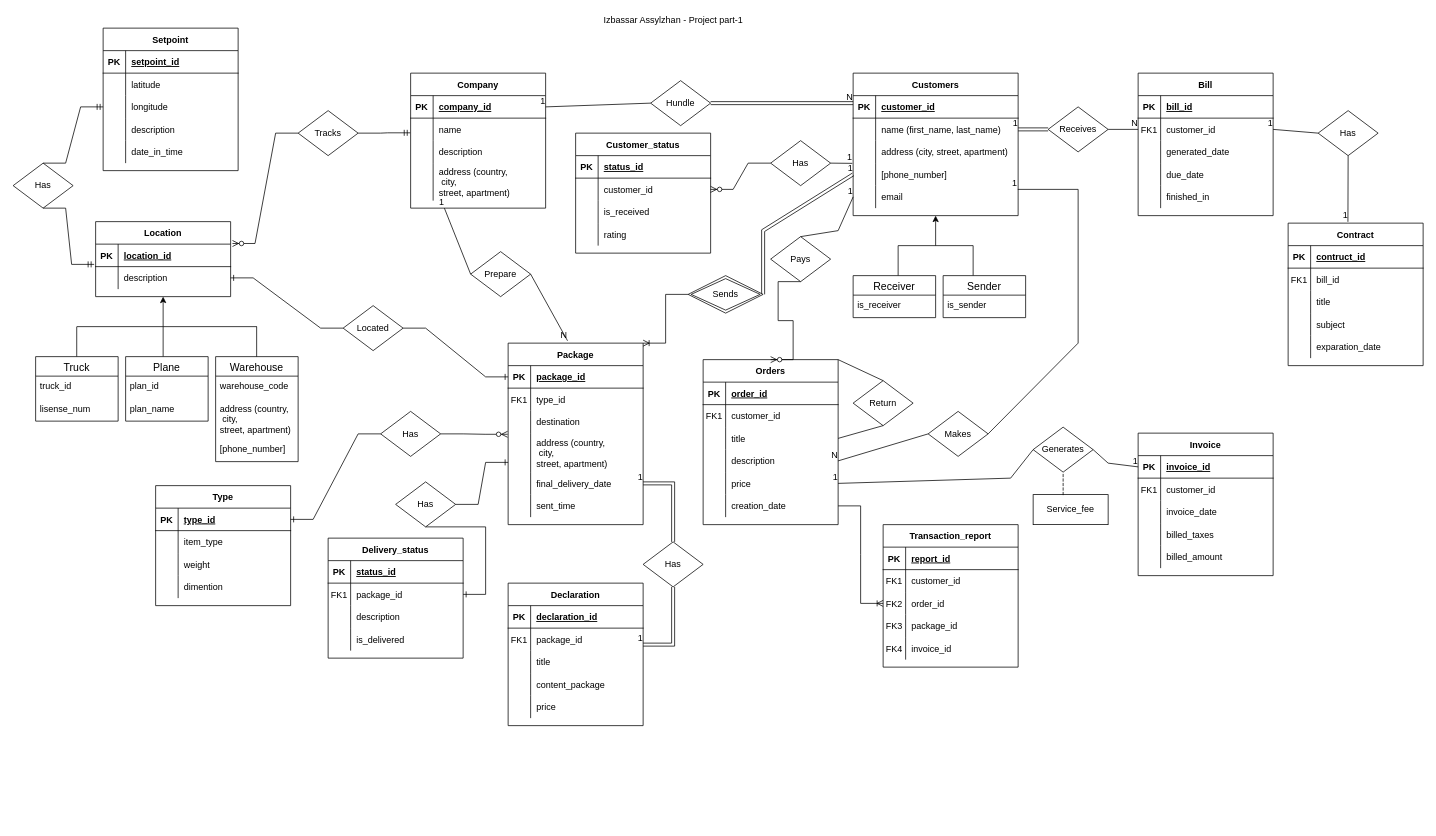
The draw.io diagram Project/project_part1.drawio in Assylzhan-Izbassar/Databases, before the edit. Source tidied: cells renumbered, new cells numbered last; positions are measured from the earlier drawing's top-left corner, leaving out a move shared by most shapes. Both pictures are drawn from the tidied source at 75%, with x=0, y=0 at pixel (13, 13).
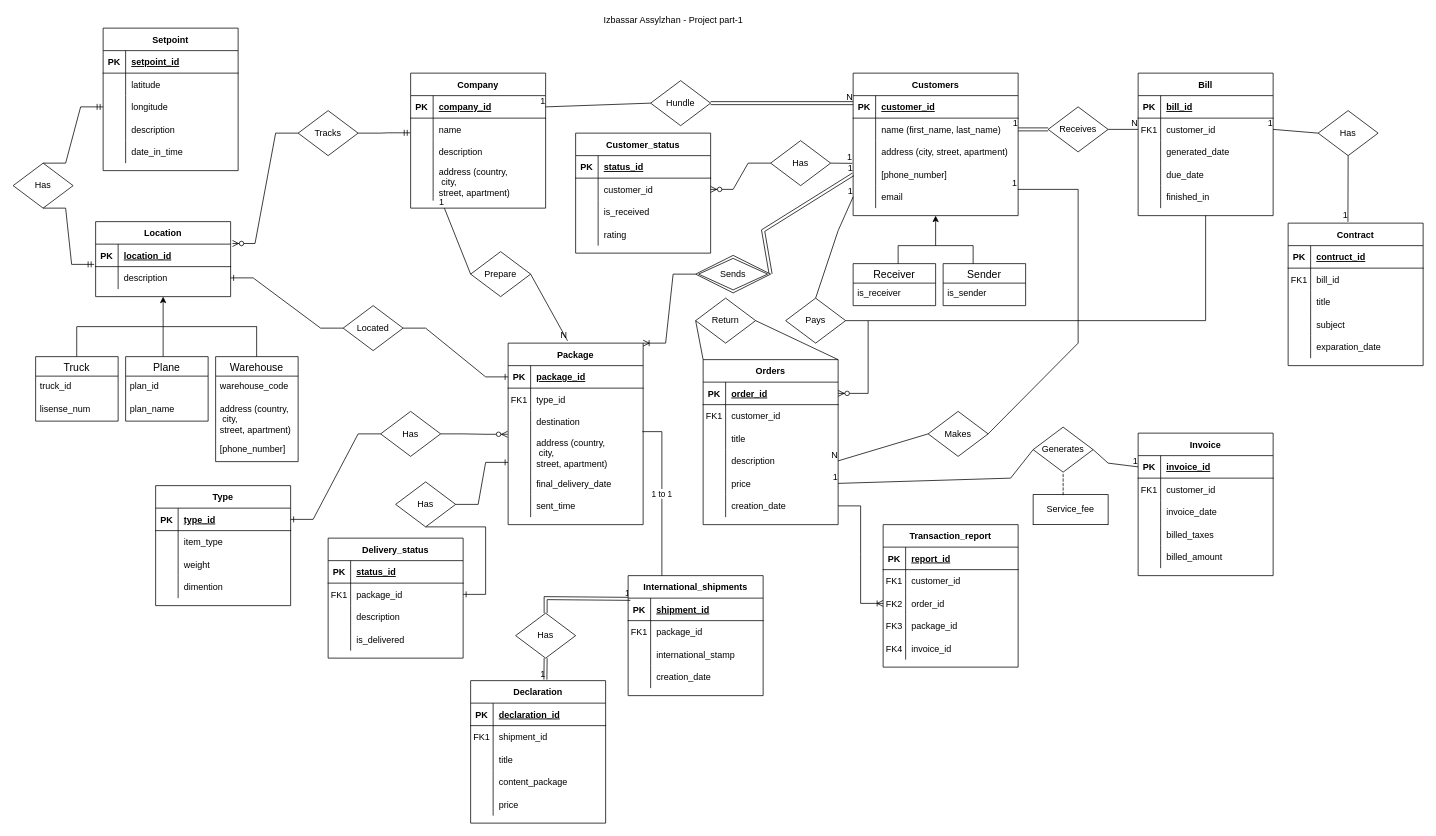
Above is the later version.

Unchanged cells that the change refers to:
```xml
<mxCell id="2" value="Orders" style="shape=table;startSize=30;childLayout=tableLayout;rowLines=0;fontStyle=1;align=center;" parent="1" vertex="1">
  <mxGeometry x="920" y="462" width="180" height="220" as="geometry" />
</mxCell>
<mxCell id="3" style="shape=partialRectangle;fillColor=none;points=[[0,0.5],[1,0.5]];portConstraint=eastwest;top=0;left=0;right=0;bottom=1;" parent="2" vertex="1">
  <mxGeometry y="30" width="180" height="30" as="geometry" />
</mxCell>
<mxCell id="9" style="shape=partialRectangle;fillColor=none;points=[[0,0.5],[1,0.5]];portConstraint=eastwest;top=0;left=0;right=0;bottom=0;" parent="2" vertex="1">
  <mxGeometry y="90" width="180" height="30" as="geometry" />
</mxCell>
<mxCell id="35" style="shape=partialRectangle;fillColor=none;points=[[0,0.5],[1,0.5]];portConstraint=eastwest;top=0;left=0;right=0;bottom=0;" parent="22" vertex="1">
  <mxGeometry y="150" width="220" height="30" as="geometry" />
</mxCell>
<mxCell id="41" value="Bill" style="shape=table;startSize=30;childLayout=tableLayout;rowLines=0;fontStyle=1;align=center;" parent="1" vertex="1">
  <mxGeometry x="1500" y="80" width="180" height="190" as="geometry" />
</mxCell>
<mxCell id="151" style="shape=partialRectangle;fillColor=none;top=0;left=0;bottom=0;right=0;points=[[0,0.5],[1,0.5]];portConstraint=eastwest;" parent="141" vertex="1">
  <mxGeometry y="120" width="180" height="52" as="geometry" />
</mxCell>
<mxCell id="154" style="shape=partialRectangle;fillColor=none;top=0;left=0;bottom=0;right=0;points=[[0,0.5],[1,0.5]];portConstraint=eastwest;" parent="141" vertex="1">
  <mxGeometry y="172" width="180" height="30" as="geometry" />
</mxCell>
<mxCell id="164" style="shape=partialRectangle;fillColor=none;top=0;left=0;bottom=0;right=0;points=[[0,0.5],[1,0.5]];portConstraint=eastwest;" parent="160" vertex="1">
  <mxGeometry y="60" width="180" height="30" as="geometry" />
</mxCell>
```

Diff of the diagram source:
```diff
@@
     <mxCell id="39" value="Pays" style="shape=rhombus;perimeter=rhombusPerimeter;whiteSpace=wrap;html=1;align=center;" parent="1" vertex="1">
-      <mxGeometry x="1010" y="298" width="80" height="60" as="geometry" />
+      <mxGeometry x="1030" y="380" width="80" height="60" as="geometry" />
     </mxCell>
@@
     <mxCell id="77" value="Receiver" style="swimlane;fontStyle=0;horizontal=1;startSize=26;align=center;fontSize=14;" parent="1" vertex="1">
-      <mxGeometry x="1120" y="350" width="110" height="56" as="geometry" />
+      <mxGeometry x="1120" y="334" width="110" height="56" as="geometry" />
     </mxCell>
@@
     <mxCell id="79" value="Sender" style="swimlane;fontStyle=0;horizontal=1;startSize=26;align=center;fontSize=14;" parent="1" vertex="1">
-      <mxGeometry x="1240" y="350" width="110" height="56" as="geometry" />
+      <mxGeometry x="1240" y="334" width="110" height="56" as="geometry" />
     </mxCell>
@@
     <mxCell id="160" value="Declaration" style="shape=table;startSize=30;childLayout=tableLayout;rowLines=0;fontStyle=1;align=center;" parent="1" vertex="1">
-      <mxGeometry x="660" y="760" width="180" height="190" as="geometry" />
+      <mxGeometry x="610" y="890" width="180" height="190" as="geometry" />
     </mxCell>
@@
-    <mxCell id="166" value="package_id" style="shape=partialRectangle;fillColor=none;top=0;left=0;bottom=0;right=0;align=left;spacingLeft=6;overflow=hidden;" parent="164" vertex="1">
+    <mxCell id="166" value="shipment_id" style="shape=partialRectangle;fillColor=none;top=0;left=0;bottom=0;right=0;align=left;spacingLeft=6;overflow=hidden;" parent="164" vertex="1">
       <mxGeometry x="30" width="150" height="30" as="geometry" />
     </mxCell>
@@
     <mxCell id="254" value="Has" style="shape=rhombus;perimeter=rhombusPerimeter;whiteSpace=wrap;html=1;align=center;rotation=0;" parent="1" vertex="1">
-      <mxGeometry x="840" y="705" width="80" height="60" as="geometry" />
+      <mxGeometry x="670" y="800" width="80" height="60" as="geometry" />
     </mxCell>
-    <mxCell id="255" style="shape=link;html=1;rounded=0;entryX=1;entryY=0.5;entryDx=0;entryDy=0;exitX=0.5;exitY=0;exitDx=0;exitDy=0;" parent="1" edge="1" source="254" target="154">
+    <mxCell id="255" style="shape=link;html=1;rounded=0;entryX=0.017;entryY=0.033;entryDx=0;entryDy=0;exitX=0.5;exitY=0;exitDx=0;exitDy=0;entryPerimeter=0;" parent="1" edge="1" source="254" target="307">
       <mxGeometry relative="1" as="geometry">
         <Array as="points">
-          <mxPoint x="880" y="627" />
+          <mxPoint x="710" y="780" />
         </Array>
       </mxGeometry>
     </mxCell>
@@
-    <mxCell id="257" style="shape=link;html=1;rounded=0;entryX=1;entryY=0.733;entryDx=0;entryDy=0;entryPerimeter=0;exitX=0.5;exitY=1;exitDx=0;exitDy=0;" parent="1" edge="1" source="254" target="164">
-      <mxGeometry relative="1" as="geometry">
-        <Array as="points">
-          <mxPoint x="880" y="842" />
-        </Array>
-      </mxGeometry>
+    <mxCell id="257" style="shape=link;html=1;rounded=0;entryX=0.554;entryY=-0.007;entryDx=0;entryDy=0;exitX=0.5;exitY=1;exitDx=0;exitDy=0;entryPerimeter=0;" parent="1" edge="1" source="254" target="160">
+      <mxGeometry relative="1" as="geometry" />
     </mxCell>
@@
     <mxCell id="266" value="Return" style="shape=rhombus;perimeter=rhombusPerimeter;whiteSpace=wrap;html=1;align=center;" parent="1" vertex="1">
-      <mxGeometry x="1120" y="490" width="80" height="60" as="geometry" />
+      <mxGeometry x="910" y="380" width="80" height="60" as="geometry" />
     </mxCell>
-    <mxCell id="267" style="endArrow=none;html=1;rounded=0;entryX=0.5;entryY=0;entryDx=0;entryDy=0;exitX=1;exitY=0;exitDx=0;exitDy=0;" parent="1" edge="1" source="2" target="266">
+    <mxCell id="267" style="endArrow=none;html=1;rounded=0;entryX=1;entryY=0.5;entryDx=0;entryDy=0;exitX=1;exitY=0;exitDx=0;exitDy=0;" parent="1" edge="1" source="2" target="266">
       <mxGeometry relative="1" as="geometry" />
     </mxCell>
-    <mxCell id="268" style="endArrow=none;html=1;rounded=0;entryX=0.5;entryY=1;entryDx=0;entryDy=0;exitX=1;exitY=0.5;exitDx=0;exitDy=0;" parent="1" edge="1" source="9" target="266">
+    <mxCell id="268" style="endArrow=none;html=1;rounded=0;entryX=0;entryY=0.5;entryDx=0;entryDy=0;exitX=0;exitY=0;exitDx=0;exitDy=0;" parent="1" edge="1" source="2" target="266">
       <mxGeometry relative="1" as="geometry" />
     </mxCell>
@@
-    <mxCell id="272" style="endArrow=none;html=1;rounded=0;entryX=0;entryY=0.5;entryDx=0;entryDy=0;exitX=0.5;exitY=0;exitDx=0;exitDy=0;" parent="1" edge="1" source="39" target="35">
+    <mxCell id="272" style="endArrow=none;html=1;rounded=0;entryX=0;entryY=0.5;entryDx=0;entryDy=0;" parent="1" edge="1" target="35">
       <mxGeometry relative="1" as="geometry">
+        <mxPoint x="1070" y="380" as="sourcePoint" />
         <Array as="points">
           <mxPoint x="1100" y="290" />
         </Array>
       </mxGeometry>
     </mxCell>
@@
-    <mxCell id="274" style="edgeStyle=entityRelationEdgeStyle;fontSize=12;html=1;endArrow=ERzeroToMany;endFill=1;rounded=0;exitX=0.5;exitY=1;exitDx=0;exitDy=0;entryX=0.5;entryY=0;entryDx=0;entryDy=0;" parent="1" edge="1" source="39" target="2">
-      <mxGeometry relative="1" as="geometry" />
+    <mxCell id="274" style="edgeStyle=entityRelationEdgeStyle;fontSize=12;html=1;endArrow=ERzeroToMany;endFill=1;rounded=0;" parent="1" edge="1" target="3">
+      <mxGeometry relative="1" as="geometry">
+        <mxPoint x="1110" y="410" as="sourcePoint" />
+      </mxGeometry>
     </mxCell>
@@
     <mxCell id="298" value="Sends" style="shape=rhombus;double=1;perimeter=rhombusPerimeter;whiteSpace=wrap;html=1;align=center;" parent="1" vertex="1">
-      <mxGeometry x="900" y="350" width="100" height="50" as="geometry" />
+      <mxGeometry x="910" y="323" width="100" height="50" as="geometry" />
     </mxCell>
@@
+    <mxCell id="305" style="endArrow=none;html=1;rounded=0;entryX=0.5;entryY=1;entryDx=0;entryDy=0;" parent="1" edge="1" target="41">
+      <mxGeometry relative="1" as="geometry">
+        <mxPoint x="1140" y="410" as="sourcePoint" />
+        <Array as="points">
+          <mxPoint x="1590" y="410" />
+        </Array>
+      </mxGeometry>
+    </mxCell>
+    <mxCell id="306" value="International_shipments" style="shape=table;startSize=30;childLayout=tableLayout;rowLines=0;fontStyle=1;align=center;" parent="1" vertex="1">
+      <mxGeometry x="820" y="750" width="180" height="160" as="geometry" />
+    </mxCell>
+    <mxCell id="307" style="shape=partialRectangle;fillColor=none;points=[[0,0.5],[1,0.5]];portConstraint=eastwest;top=0;left=0;right=0;bottom=1;" parent="306" vertex="1">
+      <mxGeometry y="30" width="180" height="30" as="geometry" />
+    </mxCell>
+    <mxCell id="308" value="PK" style="shape=partialRectangle;overflow=hidden;fillColor=none;top=0;left=0;bottom=0;right=0;fontStyle=1;" parent="307" vertex="1">
+      <mxGeometry width="30" height="30" as="geometry" />
+    </mxCell>
+    <mxCell id="309" value="shipment_id" style="shape=partialRectangle;overflow=hidden;fillColor=none;top=0;left=0;bottom=0;right=0;align=left;spacingLeft=6;fontStyle=5;" parent="307" vertex="1">
+      <mxGeometry x="30" width="150" height="30" as="geometry" />
+    </mxCell>
+    <mxCell id="310" style="shape=partialRectangle;fillColor=none;top=0;left=0;right=0;bottom=0;" parent="306" vertex="1">
+      <mxGeometry y="60" width="180" height="30" as="geometry" />
+    </mxCell>
+    <mxCell id="311" value="FK1" style="shape=partialRectangle;overflow=hidden;fillColor=none;top=0;left=0;bottom=0;right=0;" parent="310" vertex="1">
+      <mxGeometry width="30" height="30" as="geometry" />
+    </mxCell>
+    <mxCell id="312" value="package_id" style="shape=partialRectangle;overflow=hidden;fillColor=none;top=0;left=0;bottom=0;right=0;align=left;spacingLeft=6;" parent="310" vertex="1">
+      <mxGeometry x="30" width="150" height="30" as="geometry" />
+    </mxCell>
+    <mxCell id="313" style="shape=partialRectangle;fillColor=none;points=[[0,0.5],[1,0.5]];portConstraint=eastwest;top=0;left=0;right=0;bottom=0;" parent="306" vertex="1">
+      <mxGeometry y="90" width="180" height="30" as="geometry" />
+    </mxCell>
+    <mxCell id="314" style="shape=partialRectangle;overflow=hidden;fillColor=none;top=0;left=0;bottom=0;right=0;" parent="313" vertex="1">
+      <mxGeometry width="30" height="30" as="geometry" />
+    </mxCell>
+    <mxCell id="315" value="international_stamp" style="shape=partialRectangle;overflow=hidden;fillColor=none;top=0;left=0;bottom=0;right=0;align=left;spacingLeft=6;" parent="313" vertex="1">
+      <mxGeometry x="30" width="150" height="30" as="geometry" />
+    </mxCell>
+    <mxCell id="316" style="shape=partialRectangle;fillColor=none;top=0;left=0;right=0;bottom=0;" parent="306" vertex="1">
+      <mxGeometry y="120" width="180" height="30" as="geometry" />
+    </mxCell>
+    <mxCell id="317" style="shape=partialRectangle;overflow=hidden;fillColor=none;top=0;left=0;bottom=0;right=0;" parent="316" vertex="1">
+      <mxGeometry width="30" height="30" as="geometry" />
+    </mxCell>
+    <mxCell id="318" value="creation_date" style="shape=partialRectangle;overflow=hidden;fillColor=none;top=0;left=0;bottom=0;right=0;align=left;spacingLeft=6;" parent="316" vertex="1">
+      <mxGeometry x="30" width="150" height="30" as="geometry" />
+    </mxCell>
+    <mxCell id="319" style="edgeStyle=orthogonalEdgeStyle;rounded=0;orthogonalLoop=1;jettySize=auto;html=1;exitX=1;exitY=0.5;exitDx=0;exitDy=0;" parent="306" edge="1" source="313" target="313">
+      <mxGeometry relative="1" as="geometry" />
+    </mxCell>
+    <mxCell id="320" value="1 to 1" style="endArrow=none;html=1;rounded=0;entryX=0.25;entryY=0;entryDx=0;entryDy=0;exitX=0.994;exitY=-0.038;exitDx=0;exitDy=0;exitPerimeter=0;" parent="1" edge="1" source="151" target="306">
+      <mxGeometry relative="1" as="geometry">
+        <Array as="points">
+          <mxPoint x="865" y="558" />
+        </Array>
+      </mxGeometry>
+    </mxCell>
```
